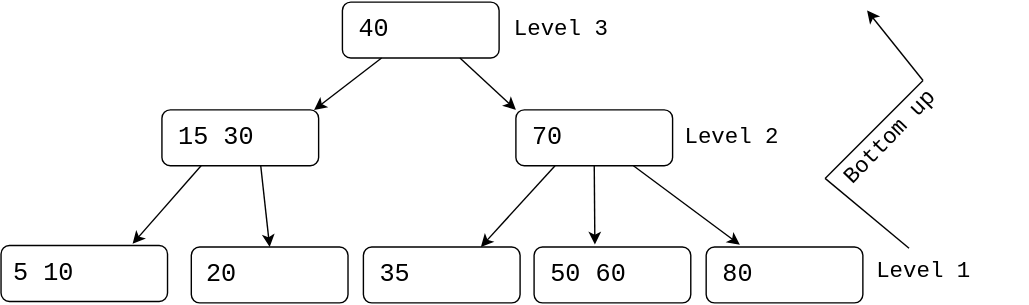
The draw.io diagram assets/posts/b-tree/b-tree-6.svg in addu390/addu390.github.io, before a commit. Source tidied: cells renumbered, new cells last; positions are measured from the earlier drawing's top-left corner, leaving out a move shared by most shapes.
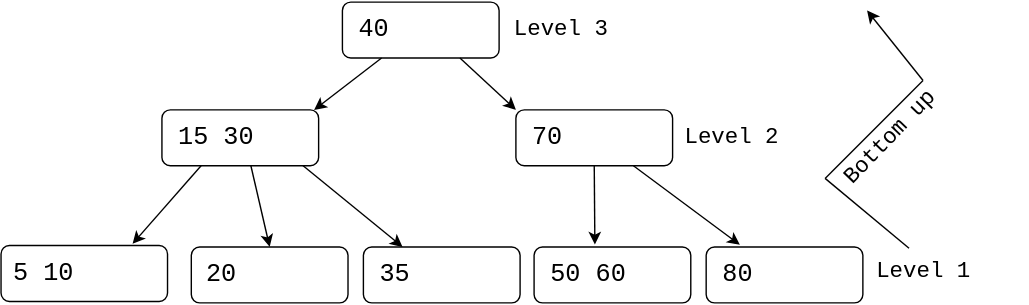
Later version of the same file.

Commit message:
Completion - B+-Tree

Diff of the diagram source:
```diff
@@ -17,7 +17,7 @@
     <mxCell id="6" value="&lt;font face=&quot;monospace, monospace&quot; style=&quot;font-size: 18px;&quot;&gt;35&lt;/font&gt;" style="text;html=1;align=left;verticalAlign=middle;whiteSpace=wrap;rounded=0;" parent="1" vertex="1">
       <mxGeometry x="269" y="180" width="110" height="30" as="geometry" />
     </mxCell>
-    <mxCell id="7" style="endArrow=classic;html=1;rounded=0;exitX=0.25;exitY=1;exitDx=0;exitDy=0;entryX=0.75;entryY=0;entryDx=0;entryDy=0;" parent="1" edge="1" source="17" target="5">
+    <mxCell id="7" style="endArrow=classic;html=1;rounded=0;exitX=0.899;exitY=0.995;exitDx=0;exitDy=0;entryX=0.25;entryY=0;entryDx=0;entryDy=0;exitPerimeter=0;" parent="1" edge="1" source="15" target="5">
       <mxGeometry relative="1" as="geometry" />
     </mxCell>
     <mxCell id="8" style="rounded=1;whiteSpace=wrap;html=1;fillColor=none;" parent="1" vertex="1">
@@ -26,7 +26,7 @@
     <mxCell id="9" value="&lt;font face=&quot;monospace, monospace&quot; style=&quot;font-size: 18px;&quot;&gt;20&lt;/font&gt;" style="text;html=1;align=left;verticalAlign=middle;whiteSpace=wrap;rounded=0;" parent="1" vertex="1">
       <mxGeometry x="145" y="180" width="107" height="30" as="geometry" />
     </mxCell>
-    <mxCell id="10" style="endArrow=classic;html=1;rounded=0;exitX=0.63;exitY=0.985;exitDx=0;exitDy=0;exitPerimeter=0;entryX=0.5;entryY=0;entryDx=0;entryDy=0;" parent="1" edge="1" source="15" target="8">
+    <mxCell id="10" style="endArrow=classic;html=1;rounded=0;exitX=0.567;exitY=0.99;exitDx=0;exitDy=0;entryX=0.5;entryY=0;entryDx=0;entryDy=0;exitPerimeter=0;" parent="1" edge="1" source="15" target="8">
       <mxGeometry relative="1" as="geometry" />
     </mxCell>
     <mxCell id="11" style="rounded=1;whiteSpace=wrap;html=1;fillColor=none;" parent="1" vertex="1">
```
